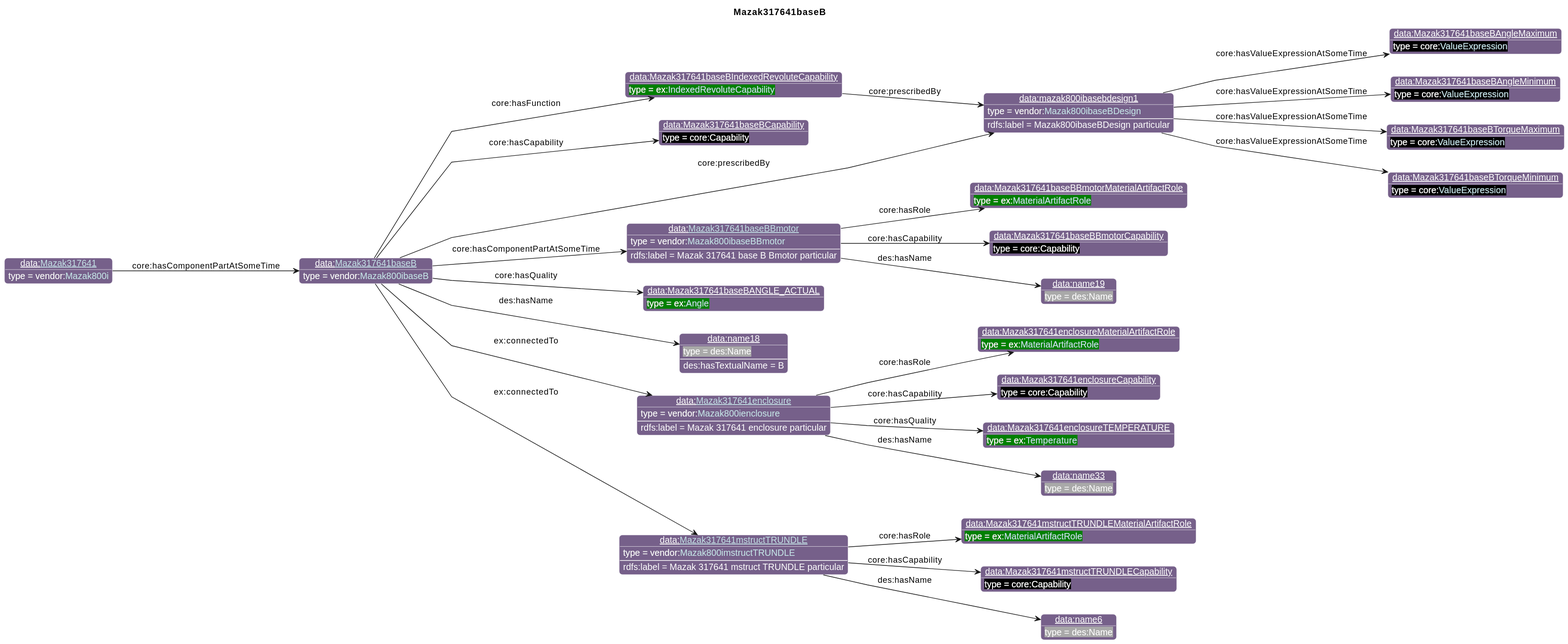
Above: diagrams/Mazak317641baseB.svg in iofoundry/example-syseng-mtconnect (PlantUML), before the change.
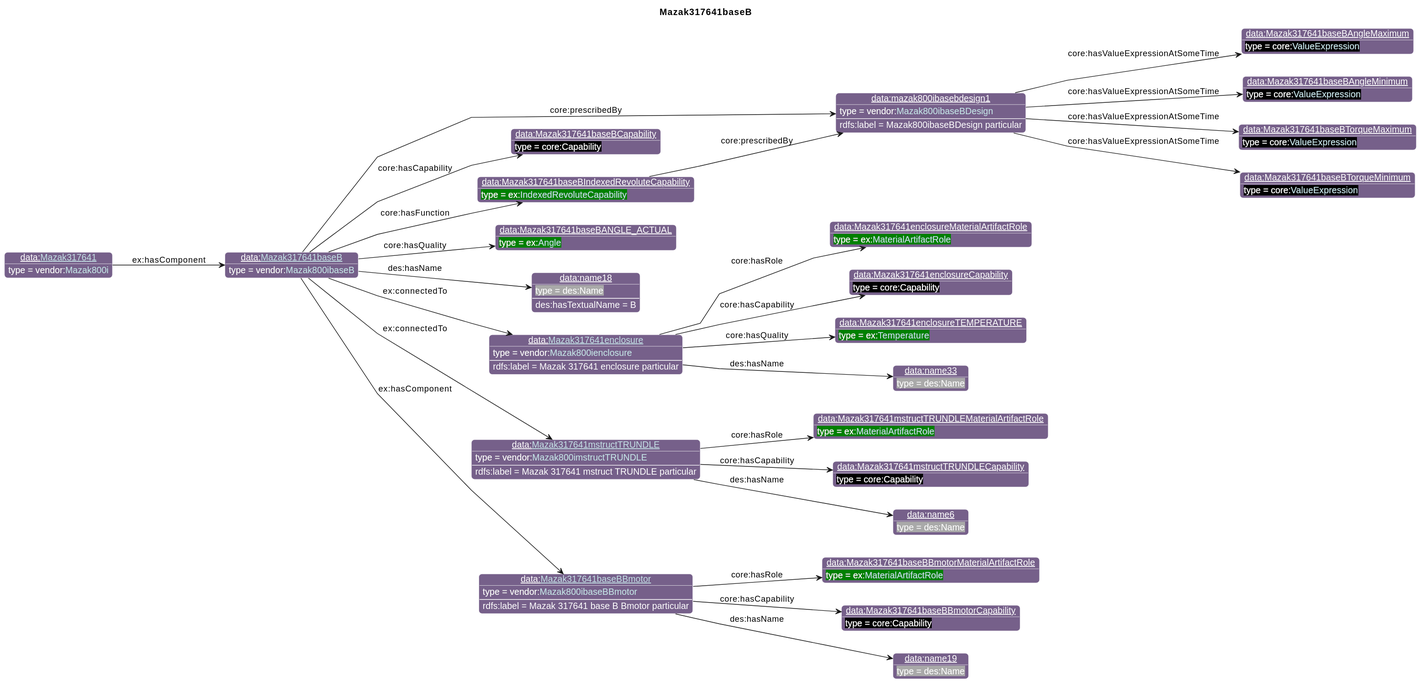
The same file after the commit.

Change to the diagram source:
```diff
@@ -32,22 +32,22 @@
 individual(o4, data:Mazak317641baseBTorqueMaximum, core:[[https://spec.industrialontologies.org/ontology/core/Core/ValueExpression ValueExpression]])
 individual(o5, data:Mazak317641baseBTorqueMinimum, core:[[https://spec.industrialontologies.org/ontology/core/Core/ValueExpression ValueExpression]])
 individual(o6, data:Mazak317641baseBCapability, core:Capability)
-individual(o7, data:[[./Mazak317641baseBBmotor.html Mazak317641baseBBmotor]], vendor:[[../Mazak.html#Mazak800ibaseBBmotor Mazak800ibaseBBmotor]])
-individual(o8, data:Mazak317641baseBBmotorMaterialArtifactRole, ex:[[../Example.html#MaterialArtifactRole MaterialArtifactRole]])
-individual(o9, data:Mazak317641baseBBmotorCapability, core:Capability)
-individual(o10, data:name19, des:Name)
-individual(o11, data:Mazak317641baseBIndexedRevoluteCapability, ex:[[../Example.html#IndexedRevoluteCapability IndexedRevoluteCapability]])
-individual(o12, data:Mazak317641baseBANGLE_ACTUAL, ex:[[../Example.html#Angle Angle]])
-individual(o13, data:name18, des:Name)
-individual(o14, data:[[./Mazak317641enclosure.html Mazak317641enclosure]], vendor:[[../Mazak.html#Mazak800ienclosure Mazak800ienclosure]])
-individual(o15, data:Mazak317641enclosureMaterialArtifactRole, ex:[[../Example.html#MaterialArtifactRole MaterialArtifactRole]])
-individual(o16, data:Mazak317641enclosureCapability, core:Capability)
-individual(o17, data:Mazak317641enclosureTEMPERATURE, ex:[[../Example.html#Temperature Temperature]])
-individual(o18, data:name33, des:Name)
-individual(o19, data:[[./Mazak317641mstructTRUNDLE.html Mazak317641mstructTRUNDLE]], vendor:[[../Mazak.html#Mazak800imstructTRUNDLE Mazak800imstructTRUNDLE]])
-individual(o20, data:Mazak317641mstructTRUNDLEMaterialArtifactRole, ex:[[../Example.html#MaterialArtifactRole MaterialArtifactRole]])
-individual(o21, data:Mazak317641mstructTRUNDLECapability, core:Capability)
-individual(o22, data:name6, des:Name)
+individual(o7, data:Mazak317641baseBIndexedRevoluteCapability, ex:[[../Example.html#IndexedRevoluteCapability IndexedRevoluteCapability]])
+individual(o8, data:Mazak317641baseBANGLE_ACTUAL, ex:[[../Example.html#Angle Angle]])
+individual(o9, data:name18, des:Name)
+individual(o10, data:[[./Mazak317641enclosure.html Mazak317641enclosure]], vendor:[[../Mazak.html#Mazak800ienclosure Mazak800ienclosure]])
+individual(o11, data:Mazak317641enclosureMaterialArtifactRole, ex:[[../Example.html#MaterialArtifactRole MaterialArtifactRole]])
+individual(o12, data:Mazak317641enclosureCapability, core:Capability)
+individual(o13, data:Mazak317641enclosureTEMPERATURE, ex:[[../Example.html#Temperature Temperature]])
+individual(o14, data:name33, des:Name)
+individual(o15, data:[[./Mazak317641mstructTRUNDLE.html Mazak317641mstructTRUNDLE]], vendor:[[../Mazak.html#Mazak800imstructTRUNDLE Mazak800imstructTRUNDLE]])
+individual(o16, data:Mazak317641mstructTRUNDLEMaterialArtifactRole, ex:[[../Example.html#MaterialArtifactRole MaterialArtifactRole]])
+individual(o17, data:Mazak317641mstructTRUNDLECapability, core:Capability)
+individual(o18, data:name6, des:Name)
+individual(o19, data:[[./Mazak317641baseBBmotor.html Mazak317641baseBBmotor]], vendor:[[../Mazak.html#Mazak800ibaseBBmotor Mazak800ibaseBBmotor]])
+individual(o20, data:Mazak317641baseBBmotorMaterialArtifactRole, ex:[[../Example.html#MaterialArtifactRole MaterialArtifactRole]])
+individual(o21, data:Mazak317641baseBBmotorCapability, core:Capability)
+individual(o22, data:name19, des:Name)
 individual(o23, data:[[./Mazak317641.html Mazak317641]], vendor:[[../Mazak.html#Mazak800i Mazak800i]])
 property(o0, "core:prescribedBy", o1)
 data(o1, "rdfs:label", "Mazak800ibaseBDesign particular")
@@ -56,26 +56,26 @@
 property(o1, "core:hasValueExpressionAtSomeTime", o4)
 property(o1, "core:hasValueExpressionAtSomeTime", o5)
 property(o0, "core:hasCapability", o6)
-property(o0, "core:hasComponentPartAtSomeTime", o7)
-data(o7, "rdfs:label", "Mazak 317641 base B Bmotor particular")
-property(o7, "core:hasRole", o8)
-property(o7, "core:hasCapability", o9)
-property(o7, "des:hasName", o10)
-property(o0, "core:hasFunction", o11)
-property(o11, "core:prescribedBy", o1)
-property(o0, "core:hasQuality", o12)
-property(o0, "des:hasName", o13)
-data(o13, "des:hasTextualName", "B")
-property(o0, "ex:connectedTo", o14)
-data(o14, "rdfs:label", "Mazak 317641 enclosure particular")
-property(o14, "core:hasRole", o15)
-property(o14, "core:hasCapability", o16)
-property(o14, "core:hasQuality", o17)
-property(o14, "des:hasName", o18)
-property(o0, "ex:connectedTo", o19)
-data(o19, "rdfs:label", "Mazak 317641 mstruct TRUNDLE particular")
+property(o0, "core:hasFunction", o7)
+property(o7, "core:prescribedBy", o1)
+property(o0, "core:hasQuality", o8)
+property(o0, "des:hasName", o9)
+data(o9, "des:hasTextualName", "B")
+property(o0, "ex:connectedTo", o10)
+data(o10, "rdfs:label", "Mazak 317641 enclosure particular")
+property(o10, "core:hasRole", o11)
+property(o10, "core:hasCapability", o12)
+property(o10, "core:hasQuality", o13)
+property(o10, "des:hasName", o14)
+property(o0, "ex:connectedTo", o15)
+data(o15, "rdfs:label", "Mazak 317641 mstruct TRUNDLE particular")
+property(o15, "core:hasRole", o16)
+property(o15, "core:hasCapability", o17)
+property(o15, "des:hasName", o18)
+property(o0, "ex:hasComponent", o19)
+data(o19, "rdfs:label", "Mazak 317641 base B Bmotor particular")
 property(o19, "core:hasRole", o20)
 property(o19, "core:hasCapability", o21)
 property(o19, "des:hasName", o22)
-property(o23, "core:hasComponentPartAtSomeTime", o0)
+property(o23, "ex:hasComponent", o0)
 @enduml
```
